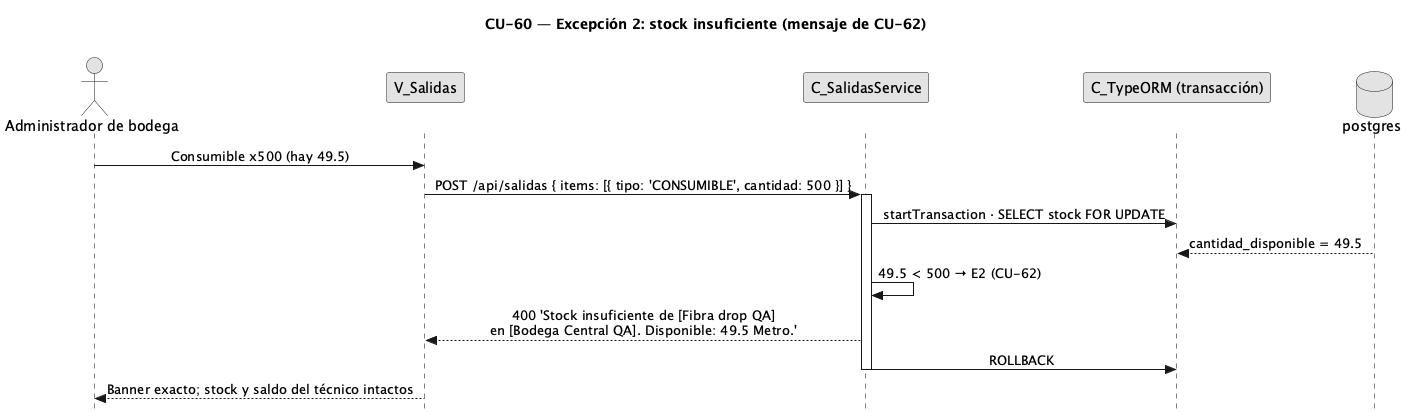
Before: diagramas/diagramas-secuencia/CU60/CU60-exc-stock-insuficiente.png, a diagram exported from PlantUML (FSM-Finet-y-Cable-Magico/Team_1-Inventario-y-Bodega). Source of this version:
```plantuml
@startuml CU60-exc-stock-insuficiente
title CU-60 — Excepción 2: stock insuficiente (mensaje de CU-62)
skinparam style strictuml
skinparam monochrome true
skinparam shadowing false
skinparam sequenceMessageAlign center
<style> sequenceDiagram { participant { Margin 30 } actor { Margin 12 } } </style>
skinparam sequence {
  MessageAlign center
  LifeLineBorderColor black
}
hide footbox

actor "Administrador de bodega" as user
participant "V_Salidas" as view
participant "C_SalidasService" as svc
participant "C_TypeORM (transacción)" as orm
database "postgres" as db

user -> view : Consumible x500 (hay 49.5)
view -> svc : POST /api/salidas { items: [{ tipo: 'CONSUMIBLE', cantidad: 500 }] }
activate svc
svc -> orm : startTransaction · SELECT stock FOR UPDATE
db --> orm : cantidad_disponible = 49.5
svc -> svc : 49.5 < 500 → E2 (CU-62)
svc --> view : 400 'Stock insuficiente de [Fibra drop QA]\nen [Bodega Central QA]. Disponible: 49.5 Metro.'
svc -> orm : ROLLBACK
deactivate svc
view --> user : Banner exacto; stock y saldo del técnico intactos
deactivate view
@enduml
```
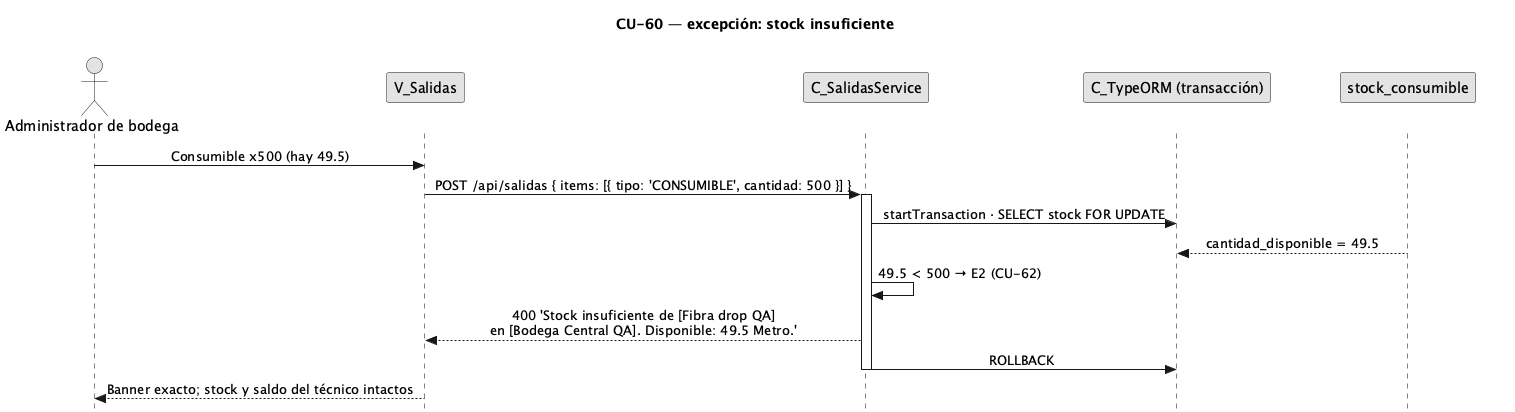
Later version of the same file.

Diff of the diagram source:
```diff
@@ -1,5 +1,5 @@
 @startuml CU60-exc-stock-insuficiente
-title CU-60 — Excepción 2: stock insuficiente (mensaje de CU-62)
+title CU-60 — excepción: stock insuficiente
 skinparam style strictuml
 skinparam monochrome true
 skinparam shadowing false
@@ -15,13 +15,13 @@
 participant "V_Salidas" as view
 participant "C_SalidasService" as svc
 participant "C_TypeORM (transacción)" as orm
-database "postgres" as db
+participant "stock_consumible" as stock
 
 user -> view : Consumible x500 (hay 49.5)
 view -> svc : POST /api/salidas { items: [{ tipo: 'CONSUMIBLE', cantidad: 500 }] }
 activate svc
 svc -> orm : startTransaction · SELECT stock FOR UPDATE
-db --> orm : cantidad_disponible = 49.5
+stock --> orm : cantidad_disponible = 49.5
 svc -> svc : 49.5 < 500 → E2 (CU-62)
 svc --> view : 400 'Stock insuficiente de [Fibra drop QA]\nen [Bodega Central QA]. Disponible: 49.5 Metro.'
 svc -> orm : ROLLBACK
```
